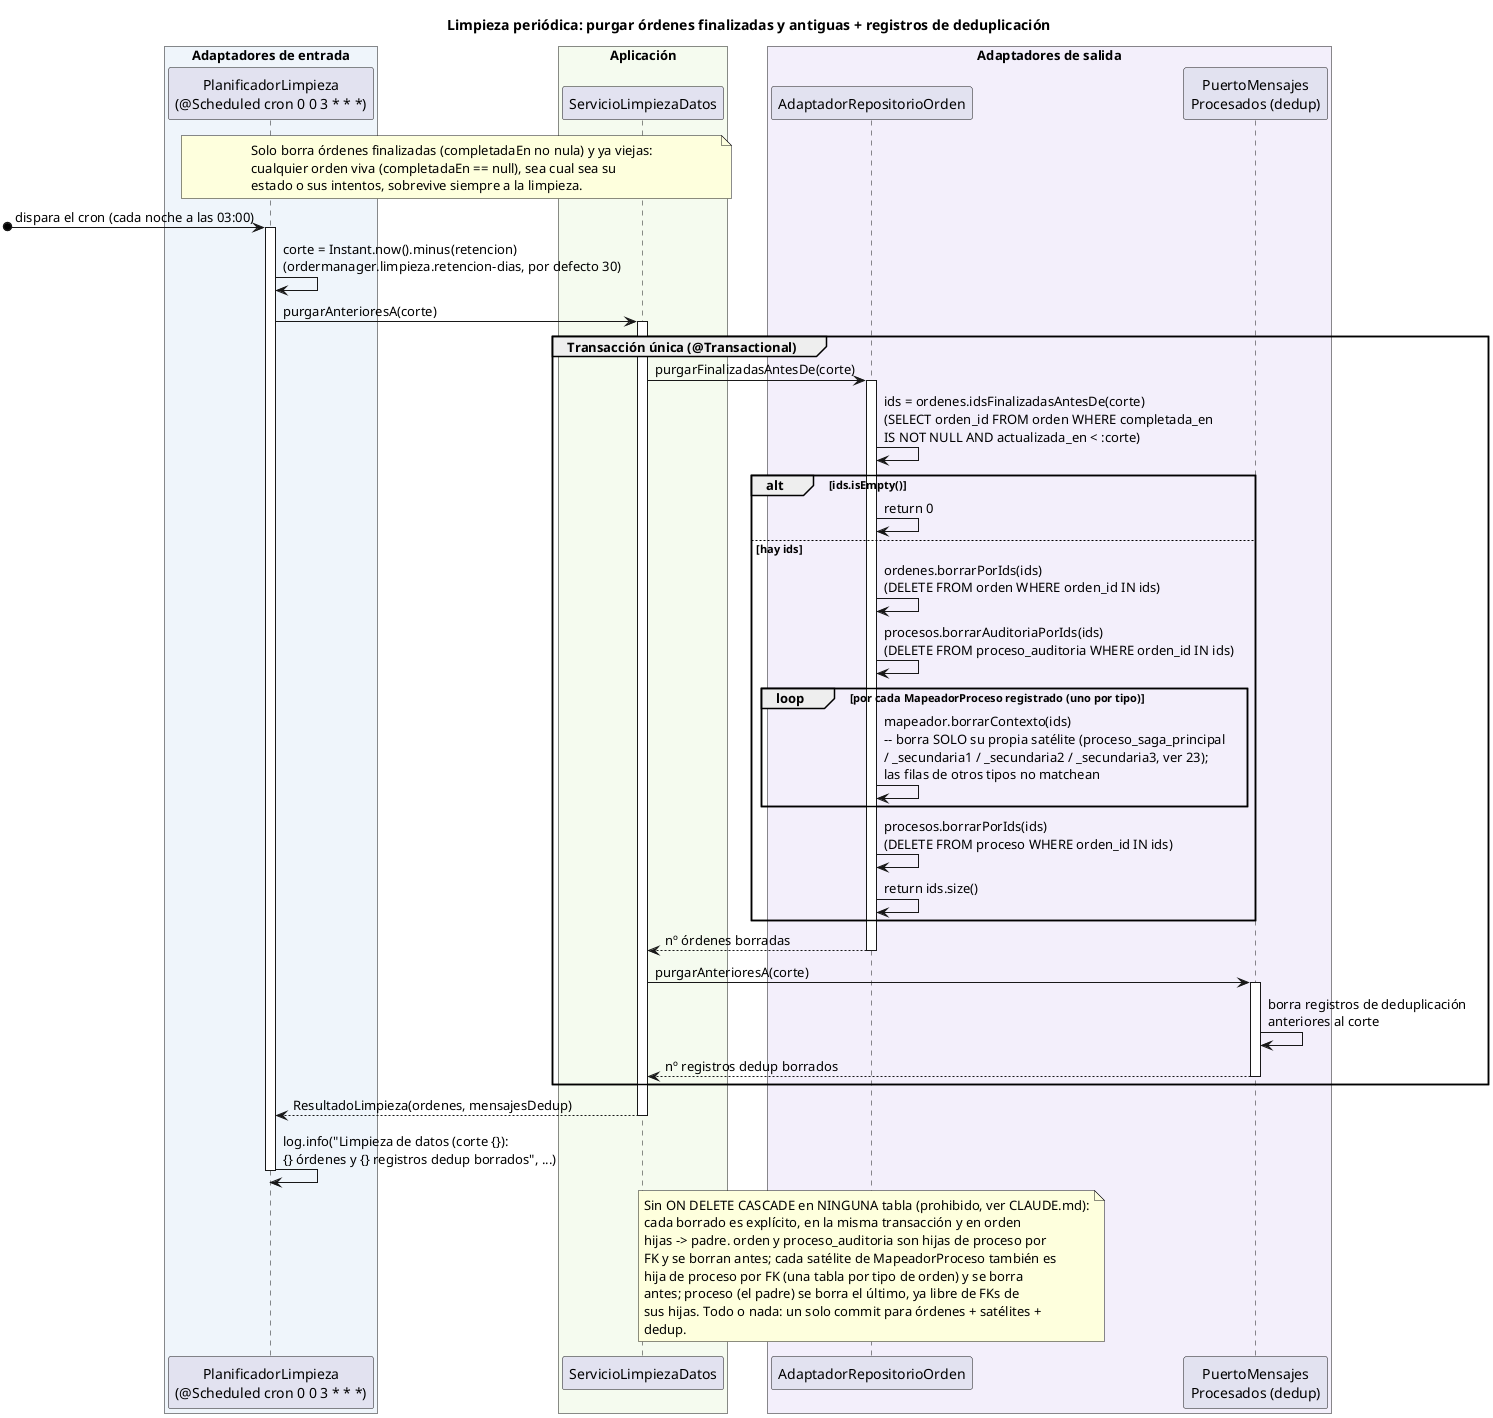
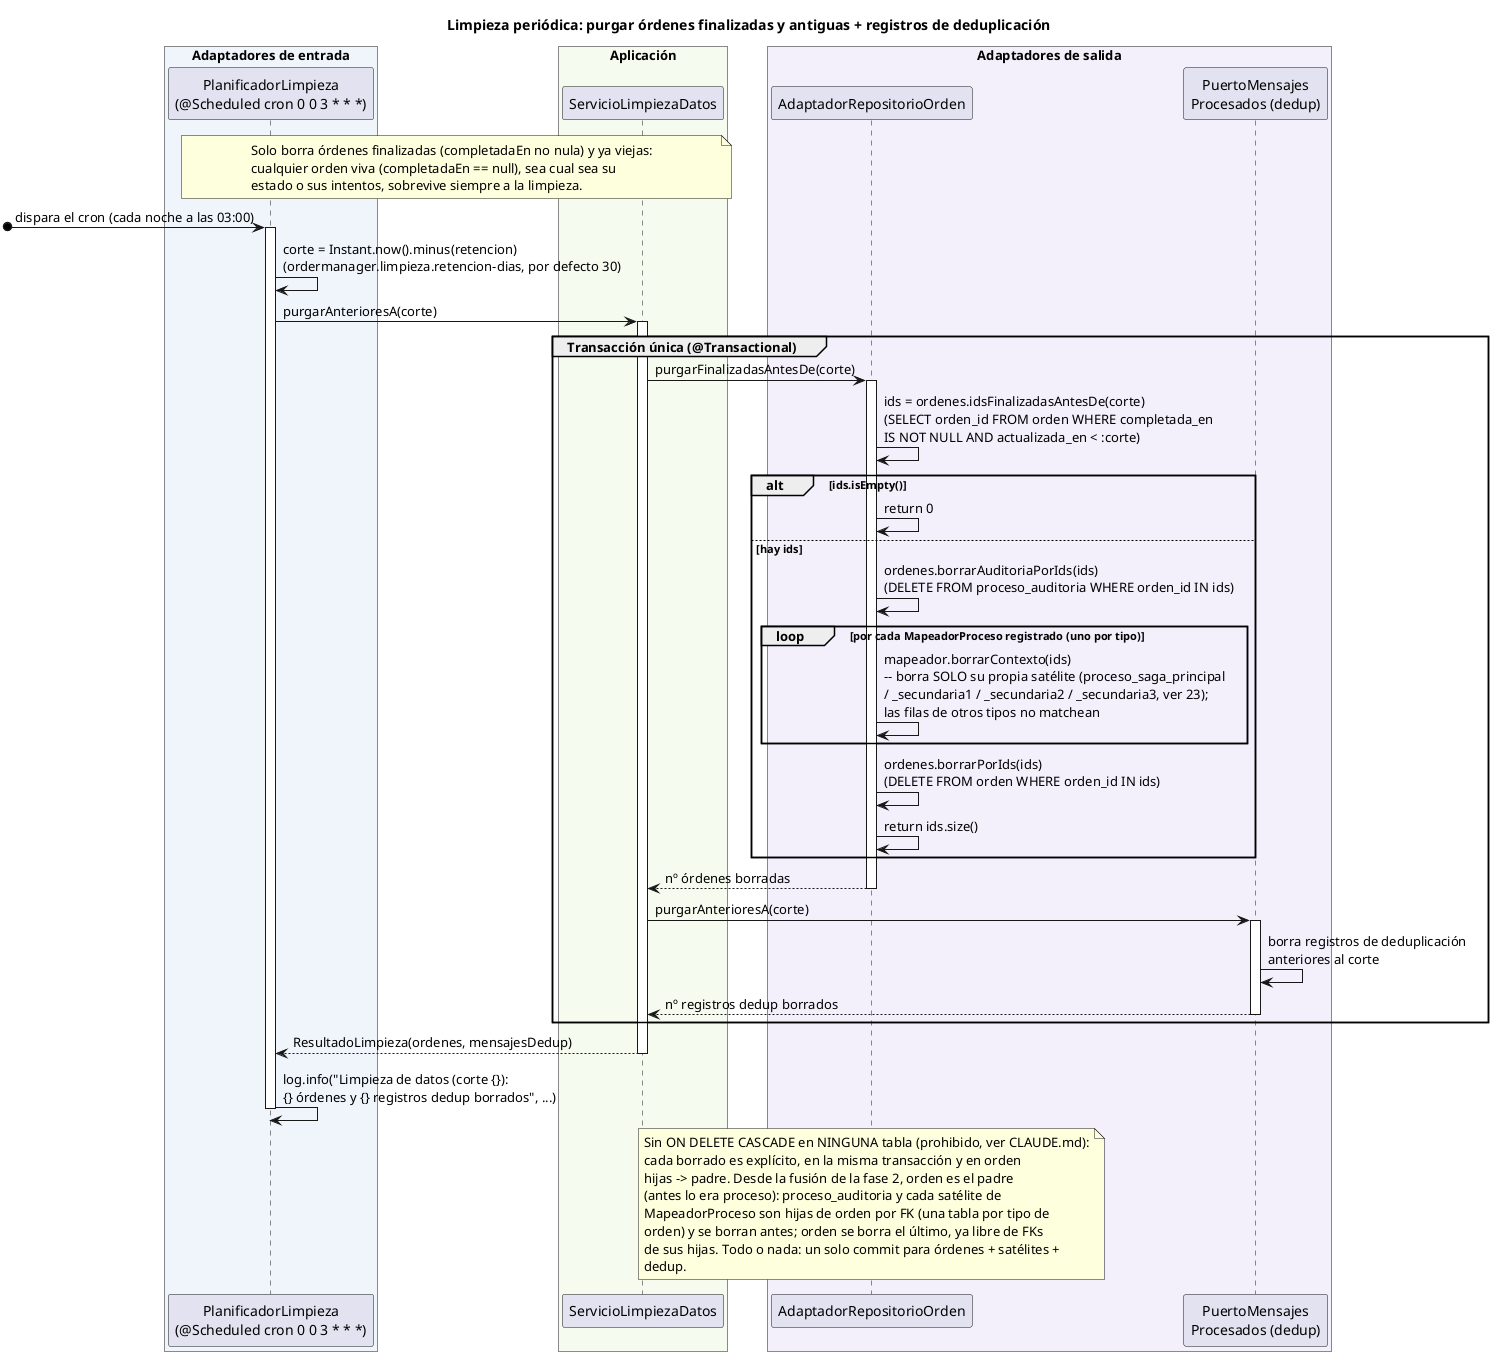
@startuml 09-limpieza-datos
title Limpieza periódica: purgar órdenes finalizadas y antiguas + registros de deduplicación

box "Adaptadores de entrada" #EFF5FB
  participant "PlanificadorLimpieza\n(@Scheduled cron 0 0 3 * * *)" as PLAN
end box
box "Aplicación" #F5FBEF
  participant "ServicioLimpiezaDatos" as LIMP
end box
box "Adaptadores de salida" #F3EFFB
  participant "AdaptadorRepositorioOrden" as REPO
  participant "PuertoMensajes\nProcesados (dedup)" as DEDUP
end box

note over PLAN, LIMP
  Solo borra órdenes finalizadas (completadaEn no nula) y ya viejas:
  cualquier orden viva (completadaEn == null), sea cual sea su
  estado o sus intentos, sobrevive siempre a la limpieza.
end note

[o-> PLAN : dispara el cron (cada noche a las 03:00)
activate PLAN
PLAN -> PLAN : corte = Instant.now().minus(retencion)\n(ordermanager.limpieza.retencion-dias, por defecto 30)
PLAN -> LIMP ++ : purgarAnterioresA(corte)

group Transacción única (@Transactional)
  LIMP -> REPO ++ : purgarFinalizadasAntesDe(corte)
  REPO -> REPO : ids = ordenes.idsFinalizadasAntesDe(corte)\n(SELECT orden_id FROM orden WHERE completada_en\nIS NOT NULL AND actualizada_en < :corte)
  alt ids.isEmpty()
    REPO -> REPO : return 0
  else hay ids
-     REPO -> REPO : ordenes.borrarPorIds(ids)\n(DELETE FROM orden WHERE orden_id IN ids)
-     REPO -> REPO : procesos.borrarAuditoriaPorIds(ids)\n(DELETE FROM proceso_auditoria WHERE orden_id IN ids)
+     REPO -> REPO : ordenes.borrarAuditoriaPorIds(ids)\n(DELETE FROM proceso_auditoria WHERE orden_id IN ids)
    loop por cada MapeadorProceso registrado (uno por tipo)
      REPO -> REPO : mapeador.borrarContexto(ids)\n-- borra SOLO su propia satélite (proceso_saga_principal\n/ _secundaria1 / _secundaria2 / _secundaria3, ver 23);\nlas filas de otros tipos no matchean
    end
-     REPO -> REPO : procesos.borrarPorIds(ids)\n(DELETE FROM proceso WHERE orden_id IN ids)
+     REPO -> REPO : ordenes.borrarPorIds(ids)\n(DELETE FROM orden WHERE orden_id IN ids)
    REPO -> REPO : return ids.size()
  end
  return nº órdenes borradas
  LIMP -> DEDUP ++ : purgarAnterioresA(corte)
  DEDUP -> DEDUP : borra registros de deduplicación\nanteriores al corte
  return nº registros dedup borrados
end
return ResultadoLimpieza(ordenes, mensajesDedup)
PLAN -> PLAN : log.info("Limpieza de datos (corte {}):\n{} órdenes y {} registros dedup borrados", ...)
deactivate PLAN

note over REPO
  Sin ON DELETE CASCADE en NINGUNA tabla (prohibido, ver CLAUDE.md):
  cada borrado es explícito, en la misma transacción y en orden
-   hijas -> padre. orden y proceso_auditoria son hijas de proceso por
-   FK y se borran antes; cada satélite de MapeadorProceso también es
-   hija de proceso por FK (una tabla por tipo de orden) y se borra
-   antes; proceso (el padre) se borra el último, ya libre de FKs de
-   sus hijas. Todo o nada: un solo commit para órdenes + satélites +
+   hijas -> padre. Desde la fusión de la fase 2, orden es el padre
+   (antes lo era proceso): proceso_auditoria y cada satélite de
+   MapeadorProceso son hijas de orden por FK (una tabla por tipo de
+   orden) y se borran antes; orden se borra el último, ya libre de FKs
+   de sus hijas. Todo o nada: un solo commit para órdenes + satélites +
  dedup.
end note
@enduml
